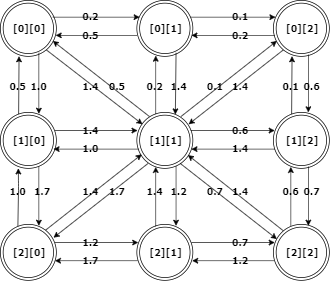
Before: documentation/graph.png, a diagram exported from draw.io (ilarijn/worldmapgenerator). Source tidied: cells renumbered, new cells last; positions are measured from the earlier drawing's top-left corner, leaving out a move shared by most shapes.
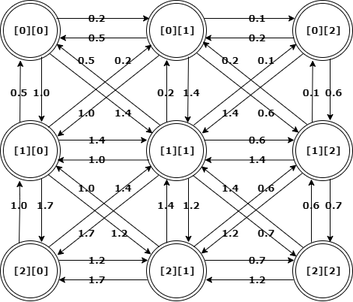
Above is the later version.

Diff of the diagram source:
```diff
@@ -258,7 +258,7 @@
       <mxGeometry x="235" y="113" width="40" height="20" as="geometry" />
     </mxCell>
     <mxCell id="56" value="&lt;b&gt;&lt;font face=&quot;Verdana&quot;&gt;1.4&lt;br&gt;&lt;/font&gt;&lt;/b&gt;" style="text;html=1;strokeColor=none;fillColor=none;align=center;verticalAlign=middle;whiteSpace=wrap;rounded=0;fontSize=13;" parent="1" vertex="1">
-      <mxGeometry x="323" y="113" width="40" height="20" as="geometry" />
+      <mxGeometry x="287" y="140" width="40" height="20" as="geometry" />
     </mxCell>
     <mxCell id="57" value="&lt;b&gt;&lt;font face=&quot;Verdana&quot;&gt;1.4&lt;br&gt;&lt;/font&gt;&lt;/b&gt;" style="text;html=1;strokeColor=none;fillColor=none;align=center;verticalAlign=middle;whiteSpace=wrap;rounded=0;fontSize=13;" parent="1" vertex="1">
       <mxGeometry x="323" y="202" width="40" height="20" as="geometry" />
@@ -267,19 +267,19 @@
       <mxGeometry x="109" y="176" width="40" height="20" as="geometry" />
     </mxCell>
     <mxCell id="59" value="&lt;b&gt;&lt;font face=&quot;Verdana&quot;&gt;1.4&lt;br&gt;&lt;/font&gt;&lt;/b&gt;" style="text;html=1;strokeColor=none;fillColor=none;align=center;verticalAlign=middle;whiteSpace=wrap;rounded=0;fontSize=13;" parent="1" vertex="1">
-      <mxGeometry x="109" y="113" width="40" height="20" as="geometry" />
+      <mxGeometry x="144" y="140" width="40" height="20" as="geometry" />
     </mxCell>
     <mxCell id="60" value="&lt;b&gt;&lt;font face=&quot;Verdana&quot;&gt;1.4&lt;br&gt;&lt;/font&gt;&lt;/b&gt;" style="text;html=1;strokeColor=none;fillColor=none;align=center;verticalAlign=middle;whiteSpace=wrap;rounded=0;fontSize=13;" parent="1" vertex="1">
-      <mxGeometry x="109" y="263" width="40" height="20" as="geometry" />
+      <mxGeometry x="139" y="240" width="50" height="20" as="geometry" />
     </mxCell>
     <mxCell id="61" value="&lt;b&gt;&lt;font face=&quot;Verdana&quot;&gt;1.4&lt;br&gt;&lt;/font&gt;&lt;/b&gt;" style="text;html=1;strokeColor=none;fillColor=none;align=center;verticalAlign=middle;whiteSpace=wrap;rounded=0;fontSize=13;" parent="1" vertex="1">
-      <mxGeometry x="323" y="263" width="40" height="20" as="geometry" />
+      <mxGeometry x="287" y="240" width="40" height="20" as="geometry" />
     </mxCell>
     <mxCell id="62" value="&lt;b&gt;&lt;font face=&quot;Verdana&quot;&gt;1.4&lt;br&gt;&lt;/font&gt;&lt;/b&gt;" style="text;html=1;strokeColor=none;fillColor=none;align=center;verticalAlign=middle;whiteSpace=wrap;rounded=0;fontSize=13;" parent="1" vertex="1">
       <mxGeometry x="201" y="263" width="40" height="20" as="geometry" />
     </mxCell>
     <mxCell id="63" value="&lt;b&gt;&lt;font face=&quot;Verdana&quot;&gt;0.5&lt;br&gt;&lt;/font&gt;&lt;/b&gt;" style="text;html=1;strokeColor=none;fillColor=none;align=center;verticalAlign=middle;whiteSpace=wrap;rounded=0;fontSize=13;" parent="1" vertex="1">
-      <mxGeometry x="147" y="113" width="40" height="20" as="geometry" />
+      <mxGeometry x="95" y="70" width="40" height="20" as="geometry" />
     </mxCell>
     <mxCell id="64" value="&lt;b&gt;&lt;font face=&quot;Verdana&quot;&gt;0.5&lt;br&gt;&lt;/font&gt;&lt;/b&gt;" style="text;html=1;strokeColor=none;fillColor=none;align=center;verticalAlign=middle;whiteSpace=wrap;rounded=0;fontSize=13;" parent="1" vertex="1">
       <mxGeometry x="109" y="40" width="40" height="20" as="geometry" />
@@ -288,7 +288,7 @@
       <mxGeometry x="5" y="113" width="40" height="20" as="geometry" />
     </mxCell>
     <mxCell id="66" value="&lt;b&gt;&lt;font face=&quot;Verdana&quot;&gt;0.1&lt;br&gt;&lt;/font&gt;&lt;/b&gt;" style="text;html=1;strokeColor=none;fillColor=none;align=center;verticalAlign=middle;whiteSpace=wrap;rounded=0;fontSize=13;" parent="1" vertex="1">
-      <mxGeometry x="287" y="113" width="40" height="20" as="geometry" />
+      <mxGeometry x="335" y="70" width="40" height="20" as="geometry" />
     </mxCell>
     <mxCell id="67" value="&lt;b&gt;&lt;font face=&quot;Verdana&quot;&gt;0.1&lt;br&gt;&lt;/font&gt;&lt;/b&gt;" style="text;html=1;strokeColor=none;fillColor=none;align=center;verticalAlign=middle;whiteSpace=wrap;rounded=0;fontSize=13;" parent="1" vertex="1">
       <mxGeometry x="323" y="14" width="40" height="20" as="geometry" />
@@ -306,7 +306,7 @@
       <mxGeometry x="395" y="263" width="40" height="20" as="geometry" />
     </mxCell>
     <mxCell id="72" value="&lt;b&gt;&lt;font face=&quot;Verdana&quot;&gt;0.7&lt;br&gt;&lt;/font&gt;&lt;/b&gt;" style="text;html=1;strokeColor=none;fillColor=none;align=center;verticalAlign=middle;whiteSpace=wrap;rounded=0;fontSize=13;" parent="1" vertex="1">
-      <mxGeometry x="287" y="263" width="40" height="20" as="geometry" />
+      <mxGeometry x="335" y="300" width="40" height="20" as="geometry" />
     </mxCell>
     <mxCell id="73" value="&lt;b&gt;&lt;font face=&quot;Verdana&quot;&gt;0.7&lt;br&gt;&lt;/font&gt;&lt;/b&gt;" style="text;html=1;strokeColor=none;fillColor=none;align=center;verticalAlign=middle;whiteSpace=wrap;rounded=0;fontSize=13;" parent="1" vertex="1">
       <mxGeometry x="425" y="263" width="40" height="20" as="geometry" />
@@ -330,7 +330,7 @@
       <mxGeometry x="40" y="263" width="40" height="20" as="geometry" />
     </mxCell>
     <mxCell id="80" value="&lt;b&gt;&lt;font face=&quot;Verdana&quot;&gt;1.7&lt;br&gt;&lt;/font&gt;&lt;/b&gt;" style="text;html=1;strokeColor=none;fillColor=none;align=center;verticalAlign=middle;whiteSpace=wrap;rounded=0;fontSize=13;" parent="1" vertex="1">
-      <mxGeometry x="147" y="263" width="40" height="20" as="geometry" />
+      <mxGeometry x="95" y="300" width="40" height="20" as="geometry" />
     </mxCell>
     <mxCell id="81" value="&lt;b&gt;&lt;font face=&quot;Verdana&quot;&gt;1.0&lt;br&gt;&lt;/font&gt;&lt;/b&gt;" style="text;html=1;strokeColor=none;fillColor=none;align=center;verticalAlign=middle;whiteSpace=wrap;rounded=0;fontSize=13;" parent="1" vertex="1">
       <mxGeometry x="5" y="263" width="40" height="20" as="geometry" />
@@ -341,5 +341,77 @@
     <mxCell id="83" value="&lt;b&gt;&lt;font face=&quot;Verdana&quot;&gt;1.0&lt;br&gt;&lt;/font&gt;&lt;/b&gt;" style="text;html=1;strokeColor=none;fillColor=none;align=center;verticalAlign=middle;whiteSpace=wrap;rounded=0;fontSize=13;" parent="1" vertex="1">
       <mxGeometry x="109" y="202" width="40" height="20" as="geometry" />
     </mxCell>
+    <mxCell id="84" style="endArrow=classic;html=1;" parent="1" edge="1">
+      <mxGeometry relative="1" as="geometry">
+        <mxPoint x="212" y="328" as="sourcePoint" />
+        <mxPoint x="74" y="220" as="targetPoint" />
+      </mxGeometry>
+    </mxCell>
+    <mxCell id="85" style="endArrow=classic;html=1;" parent="1" edge="1">
+      <mxGeometry relative="1" as="geometry">
+        <mxPoint x="64" y="232" as="sourcePoint" />
+        <mxPoint x="201" y="338" as="targetPoint" />
+      </mxGeometry>
+    </mxCell>
+    <mxCell id="86" value="&lt;b&gt;&lt;font face=&quot;Verdana&quot;&gt;1.2&lt;br&gt;&lt;/font&gt;&lt;/b&gt;" style="text;html=1;strokeColor=none;fillColor=none;align=center;verticalAlign=middle;whiteSpace=wrap;rounded=0;fontSize=13;" parent="1" vertex="1">
+      <mxGeometry x="139" y="300" width="40" height="20" as="geometry" />
+    </mxCell>
+    <mxCell id="87" value="&lt;b&gt;&lt;font face=&quot;Verdana&quot;&gt;1.0&lt;br&gt;&lt;/font&gt;&lt;/b&gt;" style="text;html=1;strokeColor=none;fillColor=none;align=center;verticalAlign=middle;whiteSpace=wrap;rounded=0;fontSize=13;" parent="1" vertex="1">
+      <mxGeometry x="95" y="240" width="40" height="20" as="geometry" />
+    </mxCell>
+    <mxCell id="88" style="endArrow=classic;html=1;" parent="1" edge="1">
+      <mxGeometry relative="1" as="geometry">
+        <mxPoint x="403" y="230" as="sourcePoint" />
+        <mxPoint x="268" y="337" as="targetPoint" />
+      </mxGeometry>
+    </mxCell>
+    <mxCell id="89" style="endArrow=classic;html=1;" parent="1" edge="1">
+      <mxGeometry relative="1" as="geometry">
+        <mxPoint x="258" y="328" as="sourcePoint" />
+        <mxPoint x="395" y="219" as="targetPoint" />
+      </mxGeometry>
+    </mxCell>
+    <mxCell id="90" value="&lt;b&gt;&lt;font face=&quot;Verdana&quot;&gt;0.6&lt;br&gt;&lt;/font&gt;&lt;/b&gt;" style="text;html=1;strokeColor=none;fillColor=none;align=center;verticalAlign=middle;whiteSpace=wrap;rounded=0;fontSize=13;" parent="1" vertex="1">
+      <mxGeometry x="335" y="240" width="40" height="20" as="geometry" />
+    </mxCell>
+    <mxCell id="91" value="&lt;b&gt;&lt;font face=&quot;Verdana&quot;&gt;1.2&lt;br&gt;&lt;/font&gt;&lt;/b&gt;" style="text;html=1;strokeColor=none;fillColor=none;align=center;verticalAlign=middle;whiteSpace=wrap;rounded=0;fontSize=13;" parent="1" vertex="1">
+      <mxGeometry x="287" y="300" width="40" height="20" as="geometry" />
+    </mxCell>
+    <mxCell id="92" style="endArrow=classic;html=1;" parent="1" edge="1">
+      <mxGeometry relative="1" as="geometry">
+        <mxPoint x="409" y="165" as="sourcePoint" />
+        <mxPoint x="270" y="55" as="targetPoint" />
+      </mxGeometry>
+    </mxCell>
+    <mxCell id="93" style="endArrow=classic;html=1;" parent="1" edge="1">
+      <mxGeometry relative="1" as="geometry">
+        <mxPoint x="262" y="70" as="sourcePoint" />
+        <mxPoint x="398" y="176" as="targetPoint" />
+      </mxGeometry>
+    </mxCell>
+    <mxCell id="94" value="&lt;b&gt;&lt;font face=&quot;Verdana&quot;&gt;0.2&lt;/font&gt;&lt;/b&gt;" style="text;html=1;strokeColor=none;fillColor=none;align=center;verticalAlign=middle;whiteSpace=wrap;rounded=0;fontSize=13;" parent="1" vertex="1">
+      <mxGeometry x="287" y="70" width="40" height="20" as="geometry" />
+    </mxCell>
+    <mxCell id="95" value="&lt;b&gt;&lt;font face=&quot;Verdana&quot;&gt;0.6&lt;br&gt;&lt;/font&gt;&lt;/b&gt;" style="text;html=1;strokeColor=none;fillColor=none;align=center;verticalAlign=middle;whiteSpace=wrap;rounded=0;fontSize=13;" parent="1" vertex="1">
+      <mxGeometry x="335" y="140" width="40" height="20" as="geometry" />
+    </mxCell>
+    <mxCell id="96" style="endArrow=classic;html=1;" parent="1" edge="1">
+      <mxGeometry relative="1" as="geometry">
+        <mxPoint x="212" y="73" as="sourcePoint" />
+        <mxPoint x="76" y="181" as="targetPoint" />
+      </mxGeometry>
+    </mxCell>
+    <mxCell id="97" style="endArrow=classic;html=1;" parent="1" edge="1">
+      <mxGeometry relative="1" as="geometry">
+        <mxPoint x="64" y="169" as="sourcePoint" />
+        <mxPoint x="202" y="59" as="targetPoint" />
+      </mxGeometry>
+    </mxCell>
+    <mxCell id="98" value="&lt;b&gt;&lt;font face=&quot;Verdana&quot;&gt;0.2&lt;/font&gt;&lt;/b&gt;" style="text;html=1;strokeColor=none;fillColor=none;align=center;verticalAlign=middle;whiteSpace=wrap;rounded=0;fontSize=13;" parent="1" vertex="1">
+      <mxGeometry x="144" y="70" width="40" height="20" as="geometry" />
+    </mxCell>
+    <mxCell id="99" value="&lt;b&gt;&lt;font face=&quot;Verdana&quot;&gt;1.0&lt;br&gt;&lt;/font&gt;&lt;/b&gt;" style="text;html=1;strokeColor=none;fillColor=none;align=center;verticalAlign=middle;whiteSpace=wrap;rounded=0;fontSize=13;" parent="1" vertex="1">
+      <mxGeometry x="95" y="140" width="40" height="20" as="geometry" />
+    </mxCell>
   </root>
 </mxGraphModel>
```
